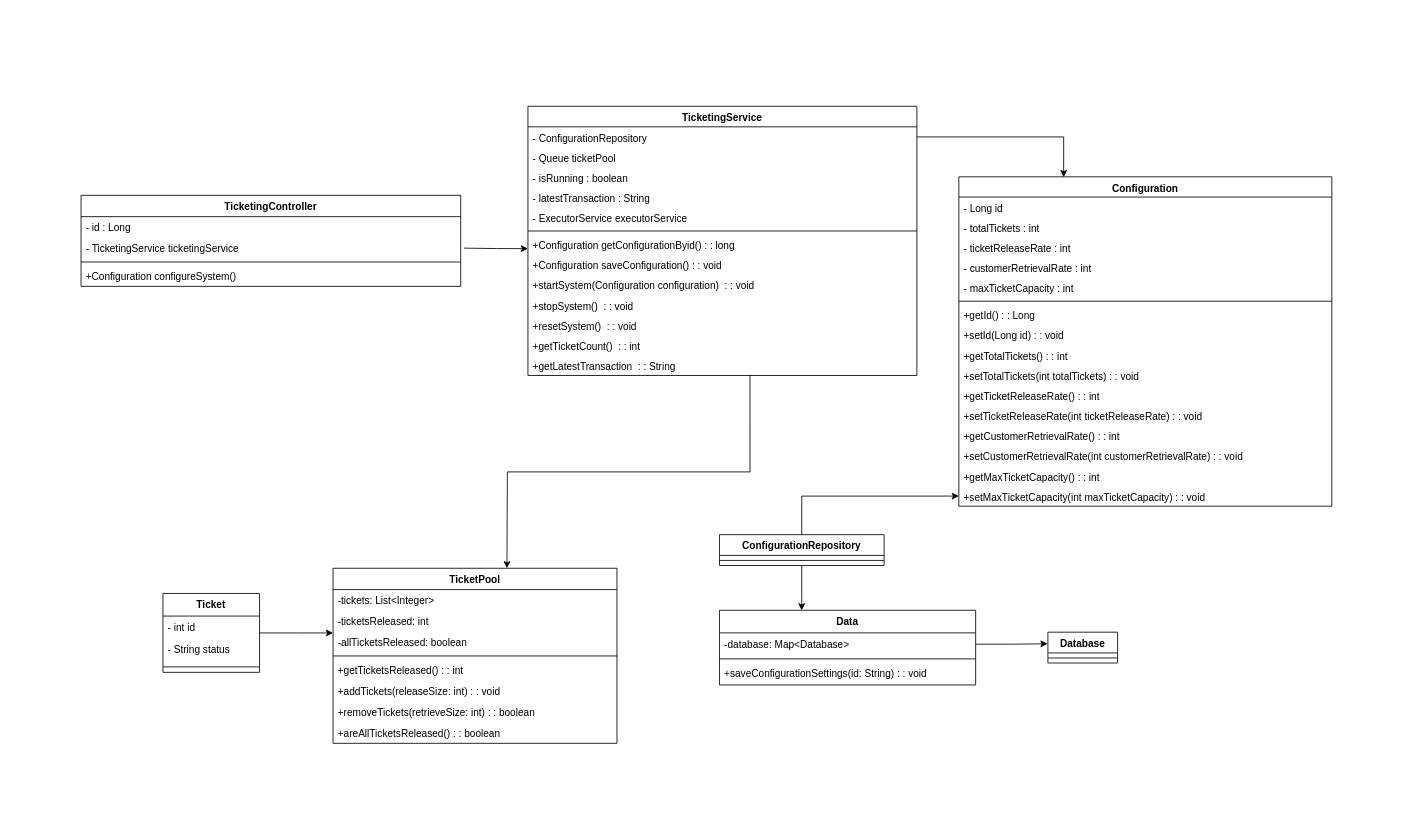
Earlier version of the draw.io diagram TMS Class Diagram.drawio (ShenalSen/Real-Time-Event-Ticketing-System-with-Advanced-Producer-Consumer-Implementation). Source tidied: cells renumbered, new cells numbered last; positions are measured from the earlier drawing's top-left corner, leaving out a move shared by most shapes. Both pictures are drawn from the tidied source at 84%, with x=0, y=0 at pixel (81, 106).
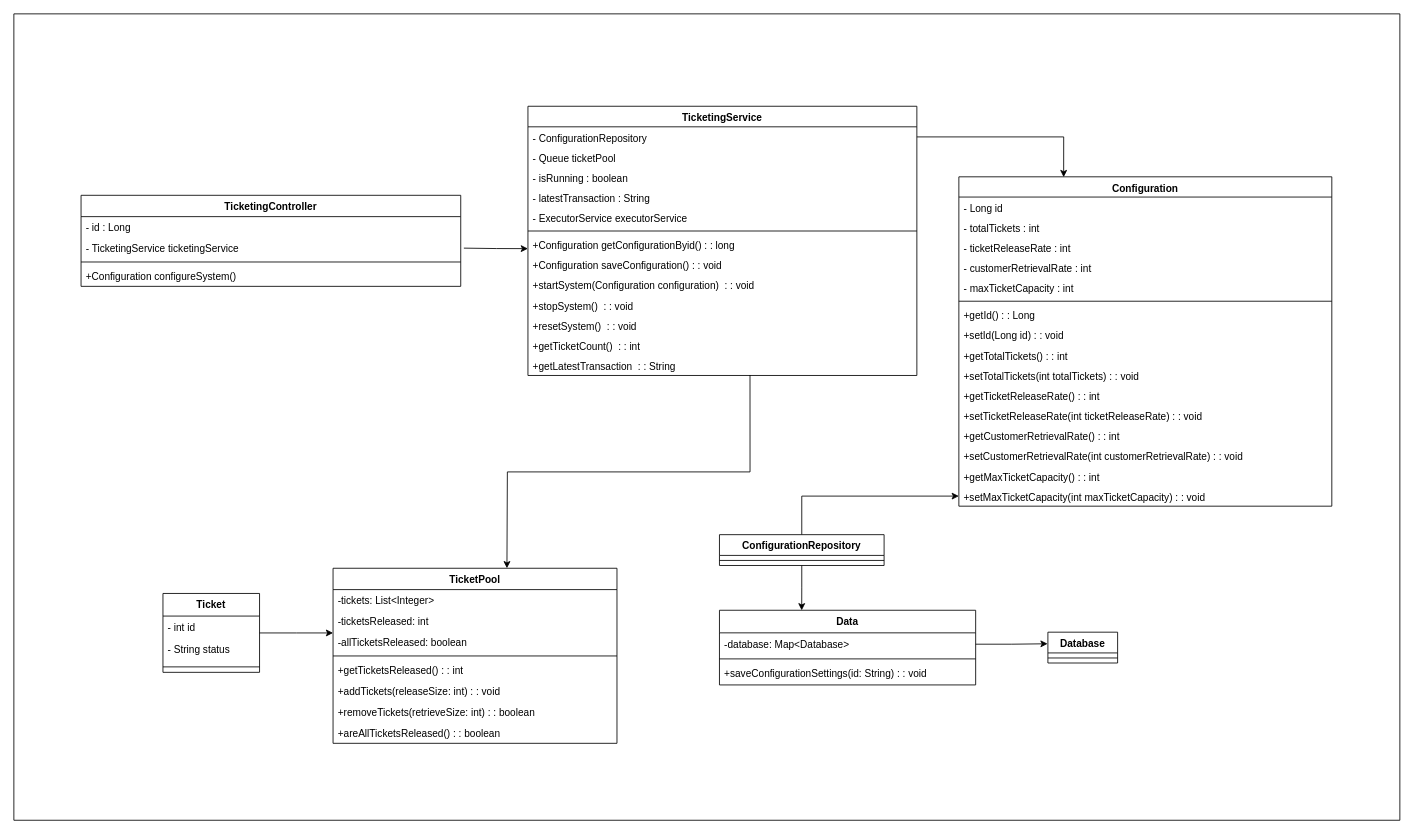
The same diagram, later.

Change to the diagram source:
```diff
@@
+    <mxCell id="66" style="swimlane;startSize=0;" parent="1" vertex="1">
+      <mxGeometry x="-80" y="-110" width="1650" height="960" as="geometry" />
+    </mxCell>
```
